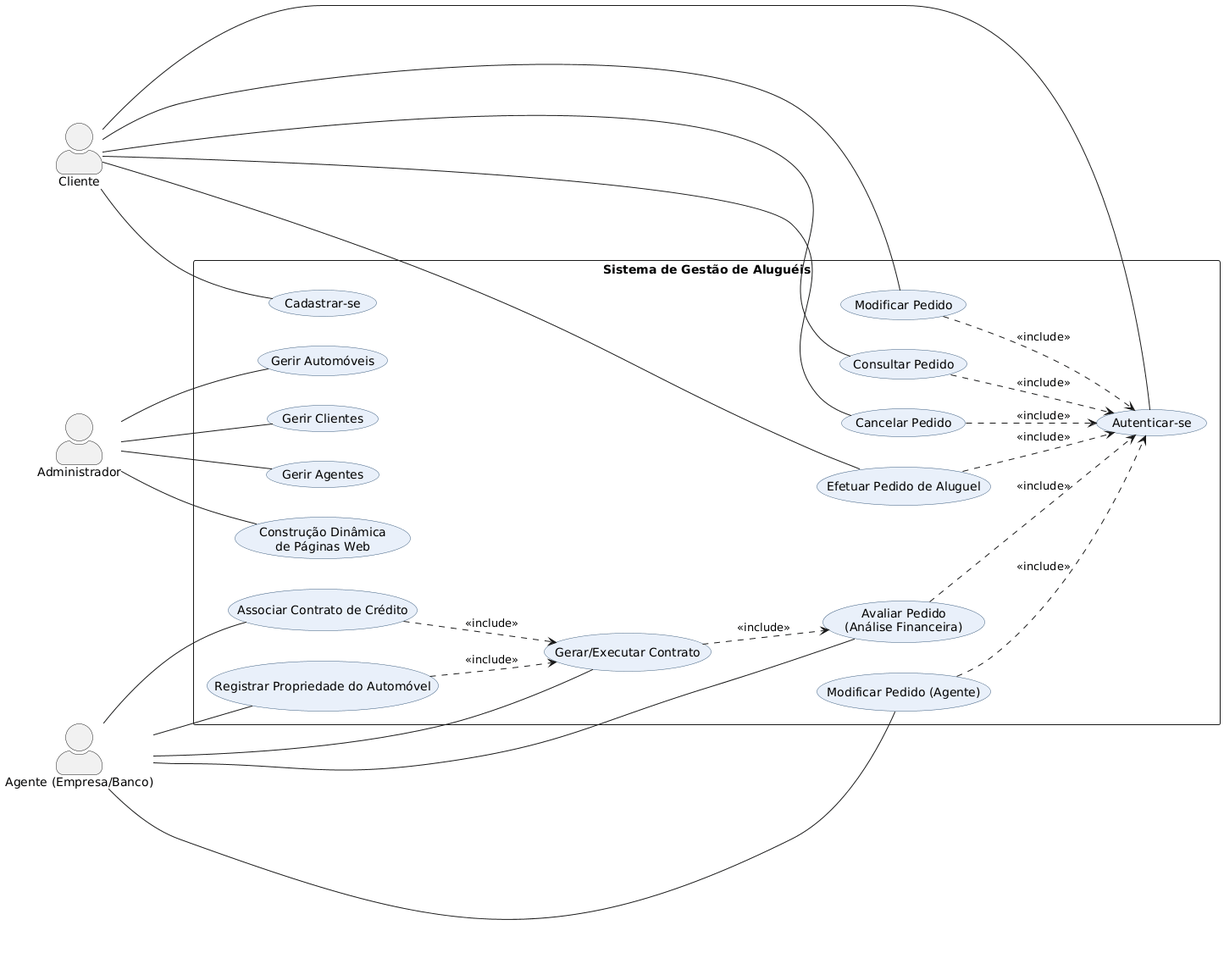
Before: project/img/usecase_diagram.png, a diagram exported from PlantUML (LDS-Javali/ds-lab02). Source of this version:
```plantuml
@startuml
left to right direction
skinparam actorStyle awesome
skinparam usecaseBorderColor #406080
skinparam usecaseBackgroundColor #E9F0FA
skinparam shadowing false

actor "Cliente" as Cliente
actor "Agente (Empresa/Banco)" as Agente
actor "Administrador" as Admin

rectangle "Sistema de Gestão de Aluguéis" {
  usecase "Cadastrar-se" as UC1
  usecase "Autenticar-se" as UC2

  usecase "Efetuar Pedido de Aluguel" as UC3
  usecase "Modificar Pedido" as UC4
  usecase "Consultar Pedido" as UC5
  usecase "Cancelar Pedido" as UC6

  usecase "Avaliar Pedido\n(Análise Financeira)" as UC7
  usecase "Modificar Pedido (Agente)" as UC8
  usecase "Gerar/Executar Contrato" as UC9
  usecase "Associar Contrato de Crédito" as UC10
  usecase "Registrar Propriedade do Automóvel" as UC11

  usecase "Gerir Automóveis" as UC12
  usecase "Gerir Clientes" as UC13
  usecase "Gerir Agentes" as UC14

  usecase "Construção Dinâmica\nde Páginas Web" as UCWWW
}

Cliente -- UC1
Cliente -- UC2
Cliente -- UC3
Cliente -- UC4
Cliente -- UC5
Cliente -- UC6

Agente -- UC7
Agente -- UC8
Agente -- UC9
Agente -- UC10
Agente -- UC11

Admin -- UC12
Admin -- UC13
Admin -- UC14
Admin -- UCWWW

UC3 ..> UC2 : <<include>>
UC4 ..> UC2 : <<include>>
UC5 ..> UC2 : <<include>>
UC6 ..> UC2 : <<include>>
UC7 ..> UC2 : <<include>>
UC8 ..> UC2 : <<include>>
UC9 ..> UC7 : <<include>>
UC10 ..> UC9 : <<include>>
UC11 ..> UC9 : <<include>>
@enduml
```
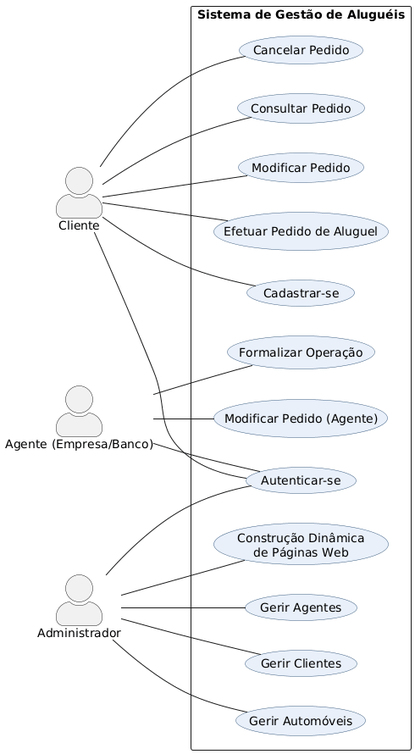
After the commit.

The edit, as a diff of the source:
```diff
@@ -18,18 +18,16 @@
   usecase "Consultar Pedido" as UC5
   usecase "Cancelar Pedido" as UC6
 
-  usecase "Avaliar Pedido\n(Análise Financeira)" as UC7
   usecase "Modificar Pedido (Agente)" as UC8
-  usecase "Gerar/Executar Contrato" as UC9
-  usecase "Associar Contrato de Crédito" as UC10
-  usecase "Registrar Propriedade do Automóvel" as UC11
+  usecase "Formalizar Operação" as UC_FORMALIZAR
+
 
   usecase "Gerir Automóveis" as UC12
   usecase "Gerir Clientes" as UC13
   usecase "Gerir Agentes" as UC14
-
   usecase "Construção Dinâmica\nde Páginas Web" as UCWWW
 }
+
 
 Cliente -- UC1
 Cliente -- UC2
@@ -38,24 +36,13 @@
 Cliente -- UC5
 Cliente -- UC6
 
-Agente -- UC7
+Agente -- UC2
 Agente -- UC8
-Agente -- UC9
-Agente -- UC10
-Agente -- UC11
+Agente -- UC_FORMALIZAR
 
+Admin -- UC2
 Admin -- UC12
 Admin -- UC13
 Admin -- UC14
 Admin -- UCWWW
-
-UC3 ..> UC2 : <<include>>
-UC4 ..> UC2 : <<include>>
-UC5 ..> UC2 : <<include>>
-UC6 ..> UC2 : <<include>>
-UC7 ..> UC2 : <<include>>
-UC8 ..> UC2 : <<include>>
-UC9 ..> UC7 : <<include>>
-UC10 ..> UC9 : <<include>>
-UC11 ..> UC9 : <<include>>
 @enduml
```
